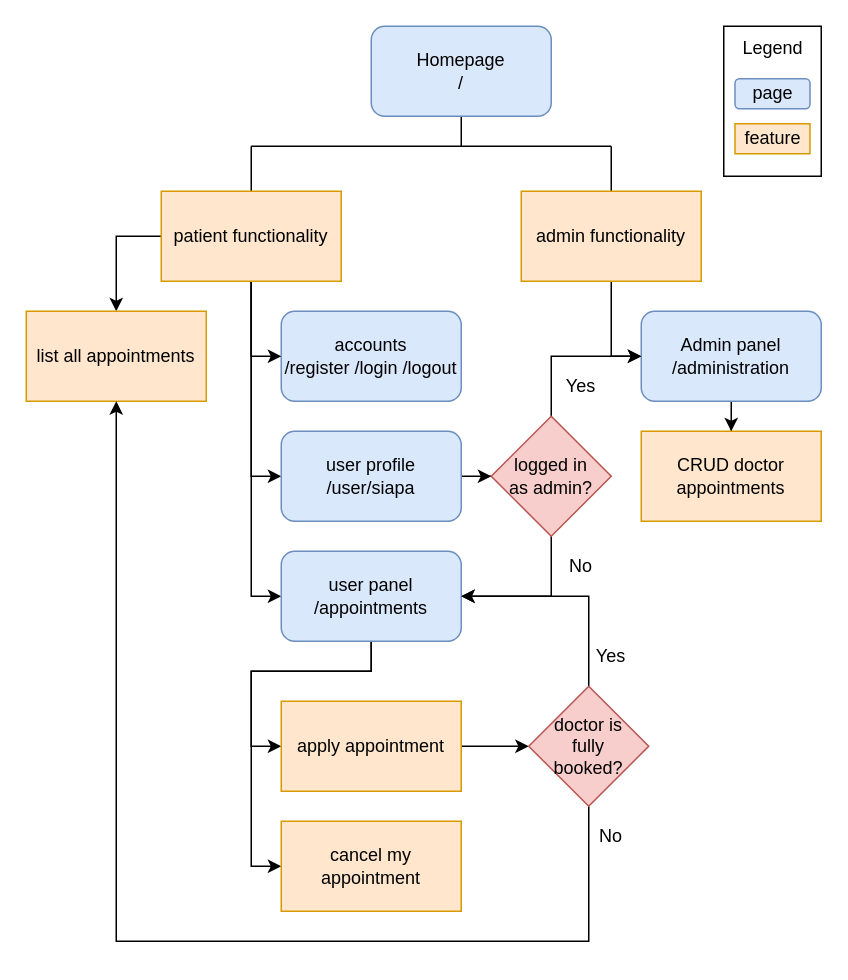
kevindoubleu/COMPFEST-Hospital keeps this draw.io diagram as sketch/sketchv2.drawio. Above is the earlier version. Source tidied: cells renumbered, new cells numbered last; positions are measured from the earlier drawing's top-left corner, leaving out a move shared by most shapes. Both pictures are drawn from the tidied source at 150%, with x=0, y=0 at pixel (26, 26).
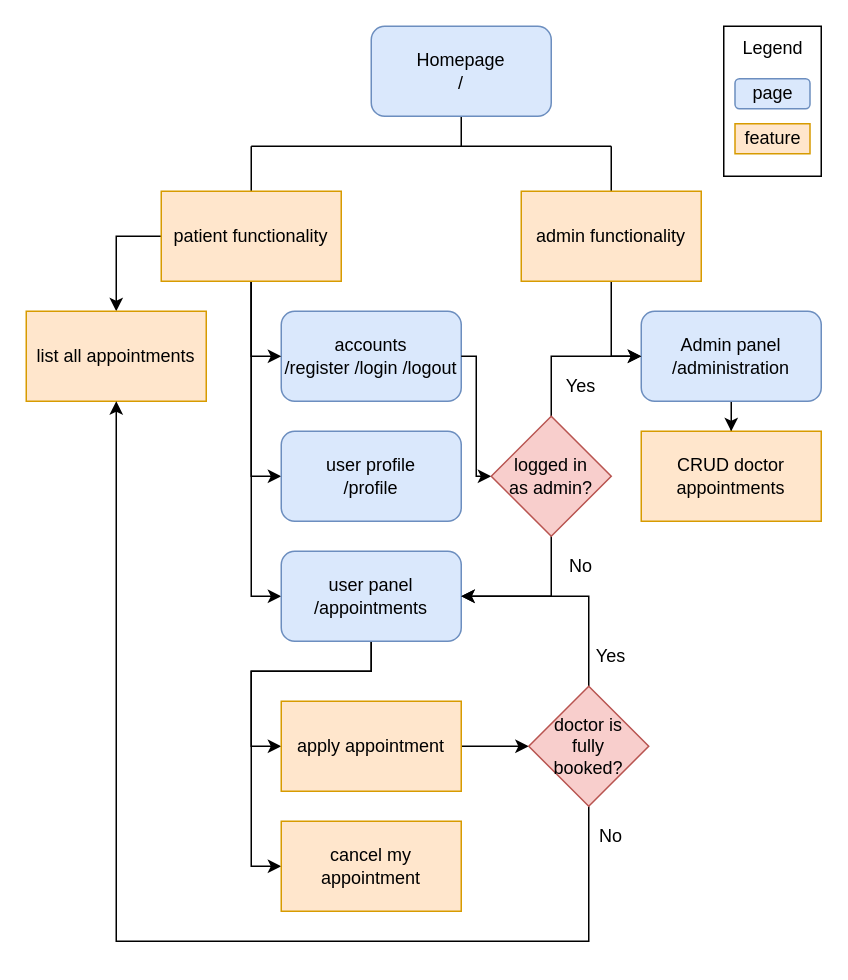
After the change.

Unchanged cells that the change refers to:
```xml
<mxCell id="4" value="&lt;div&gt;accounts&lt;/div&gt;&lt;div&gt;/register /login /logout&lt;br&gt;&lt;/div&gt;" style="rounded=1;whiteSpace=wrap;html=1;fillColor=#dae8fc;strokeColor=#6c8ebf;" parent="1" vertex="1">
  <mxGeometry x="170" y="190" width="120" height="60" as="geometry" />
</mxCell>
<mxCell id="32" value="&lt;div&gt;logged in&lt;/div&gt;&lt;div&gt;as admin?&lt;br&gt;&lt;/div&gt;" style="rhombus;whiteSpace=wrap;html=1;fillColor=#f8cecc;strokeColor=#b85450;" parent="1" vertex="1">
  <mxGeometry x="310" y="260" width="80" height="80" as="geometry" />
</mxCell>
```

The edit, as a diff of the source:
```diff
@@
-    <mxCell id="13" style="edgeStyle=orthogonalEdgeStyle;rounded=0;jettySize=auto;html=1;" parent="1" edge="1" source="14" target="32">
-      <mxGeometry relative="1" as="geometry" />
+    <mxCell id="13" style="edgeStyle=orthogonalEdgeStyle;rounded=0;jettySize=auto;html=1;exitX=1;exitY=0.5;exitDx=0;exitDy=0;entryX=0;entryY=0.5;entryDx=0;entryDy=0;" parent="1" edge="1" source="4" target="32">
+      <mxGeometry relative="1" as="geometry">
+        <Array as="points">
+          <mxPoint x="300" y="220" />
+          <mxPoint x="300" y="300" />
+        </Array>
+      </mxGeometry>
     </mxCell>
-    <mxCell id="14" value="&lt;div&gt;user profile&lt;br&gt;&lt;/div&gt;&lt;div&gt;/user/siapa&lt;/div&gt;" style="rounded=1;whiteSpace=wrap;html=1;fillColor=#dae8fc;strokeColor=#6c8ebf;" parent="1" vertex="1">
+    <mxCell id="14" value="&lt;div&gt;user profile&lt;br&gt;&lt;/div&gt;&lt;div&gt;/profile&lt;/div&gt;" style="rounded=1;whiteSpace=wrap;html=1;fillColor=#dae8fc;strokeColor=#6c8ebf;" parent="1" vertex="1">
       <mxGeometry x="170" y="270" width="120" height="60" as="geometry" />
     </mxCell>
```
